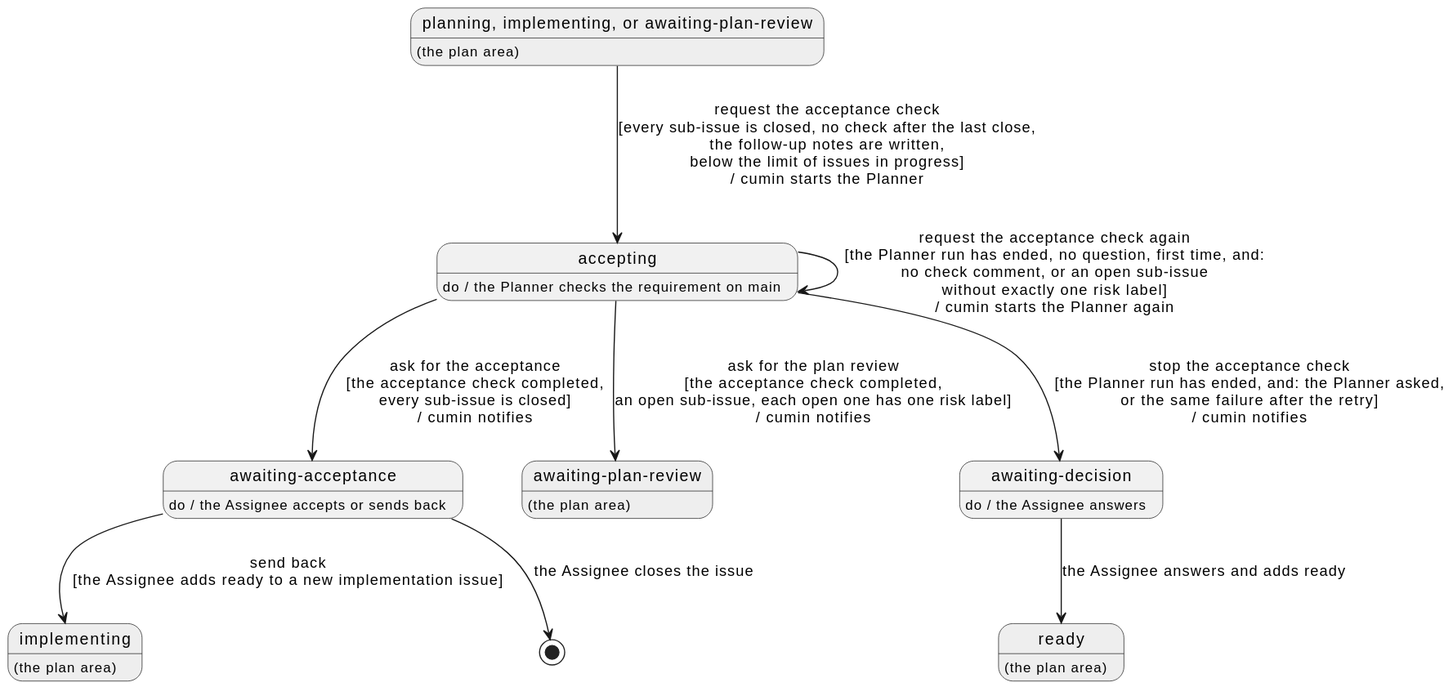
The PlantUML diagram docs/ja/requirements/accept/overview.svg in cloveclovedev/cumin-works, before a commit.
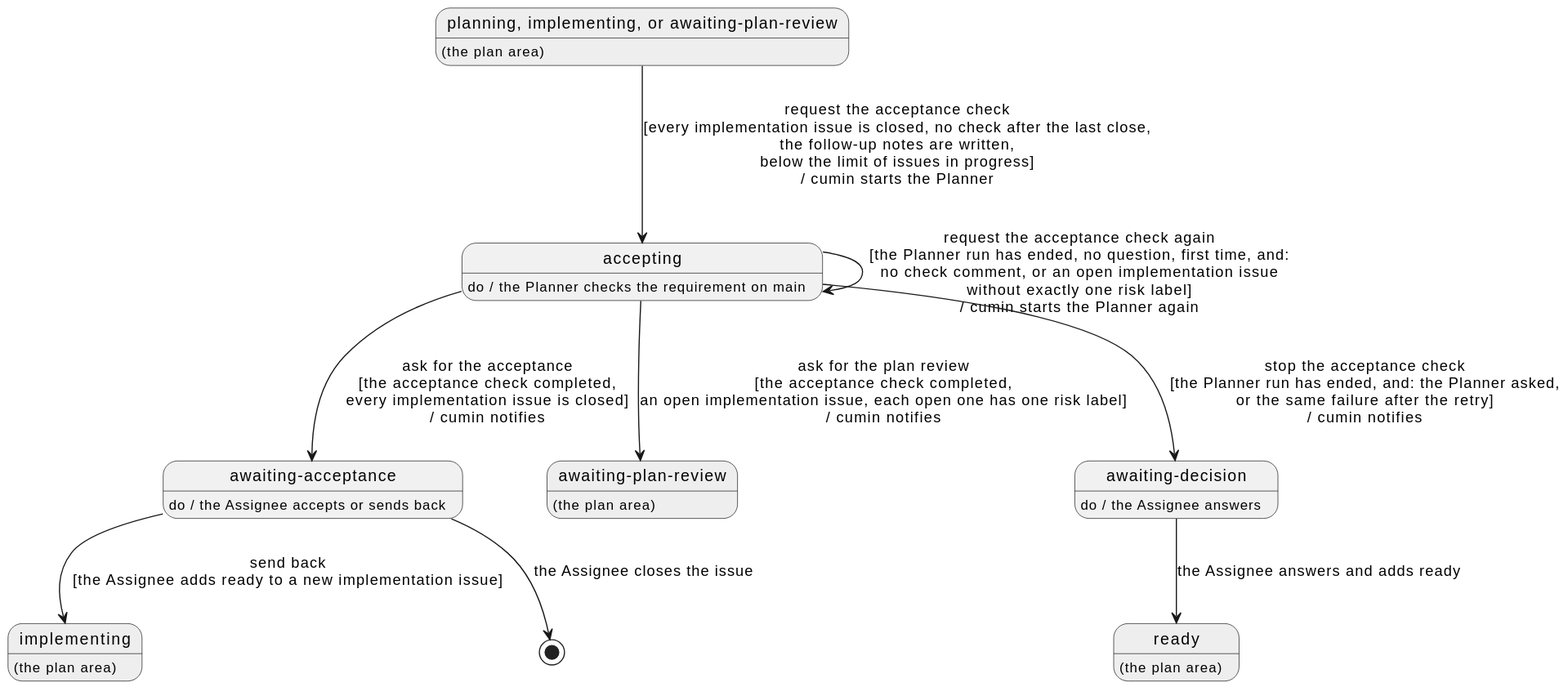
After the change.

Commit message:
docs(requirements): call the sub-issues of ACCEPT implementation issues

Diff of the diagram source:
```diff
@@ -23,10 +23,10 @@
 state "ready" as Ready #EEEEEE
 Ready : (the plan area)
 
-Before --> Accepting : request the acceptance check\n[every sub-issue is closed, no check after the last close,\nthe follow-up notes are written,\nbelow the limit of issues in progress]\n/ cumin starts the Planner
-Accepting --> AwaitingAcceptance : ask for the acceptance\n[the acceptance check completed,\nevery sub-issue is closed]\n/ cumin notifies
-Accepting --> PlanReview : ask for the plan review\n[the acceptance check completed,\nan open sub-issue, each open one has one risk label]\n/ cumin notifies
-Accepting --> Accepting : request the acceptance check again\n[the Planner run has ended, no question, first time, and:\nno check comment, or an open sub-issue\nwithout exactly one risk label]\n/ cumin starts the Planner again
+Before --> Accepting : request the acceptance check\n[every implementation issue is closed, no check after the last close,\nthe follow-up notes are written,\nbelow the limit of issues in progress]\n/ cumin starts the Planner
+Accepting --> AwaitingAcceptance : ask for the acceptance\n[the acceptance check completed,\nevery implementation issue is closed]\n/ cumin notifies
+Accepting --> PlanReview : ask for the plan review\n[the acceptance check completed,\nan open implementation issue, each open one has one risk label]\n/ cumin notifies
+Accepting --> Accepting : request the acceptance check again\n[the Planner run has ended, no question, first time, and:\nno check comment, or an open implementation issue\nwithout exactly one risk label]\n/ cumin starts the Planner again
 Accepting --> Decision : stop the acceptance check\n[the Planner run has ended, and: the Planner asked,\nor the same failure after the retry]\n/ cumin notifies
 AwaitingAcceptance --> [*] : the Assignee closes the issue
 AwaitingAcceptance --> Implementing : send back\n[the Assignee adds ready to a new implementation issue]
```
